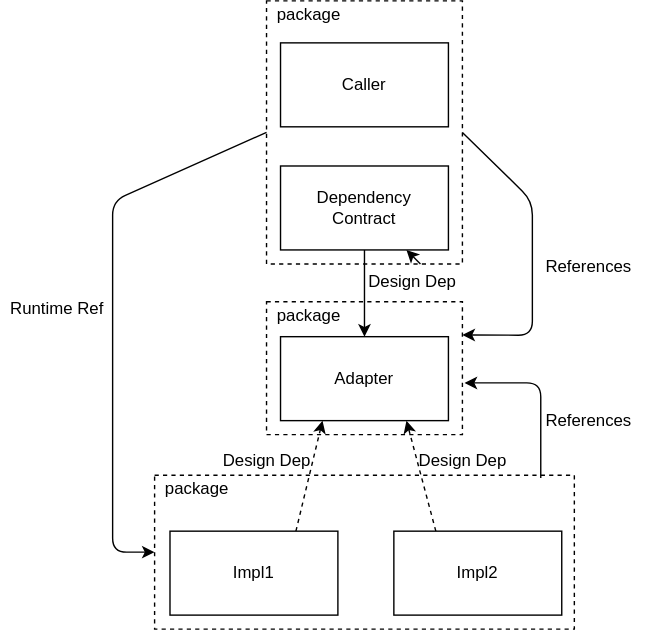
Above: static/post-media/Why-callers-own-abstractions/with-adapter.drawio.svg in farlee2121/DevEssentialsBlog (draw.io), before the change. Source tidied: cells renumbered, new cells last; positions are measured from the earlier drawing's top-left corner, leaving out a move shared by most shapes. The source it was exported from:
```xml
<mxGraphModel>
  <root>
    <mxCell id="0" />
    <mxCell id="1" parent="0" />
    <mxCell id="2" style="whiteSpace=wrap;html=1;fillColor=none;dashed=1;" parent="1" vertex="1">
      <mxGeometry x="190" y="215" width="140" height="95" as="geometry" />
    </mxCell>
    <mxCell id="3" value="package&amp;nbsp;" style="text;html=1;align=center;verticalAlign=middle;strokeColor=none;fillColor=none;" parent="1" vertex="1">
      <mxGeometry x="190" y="215" width="60" height="20" as="geometry" />
    </mxCell>
    <mxCell id="4" style="edgeStyle=none;html=1;exitX=1;exitY=0.5;exitDx=0;exitDy=0;entryX=1;entryY=0.25;entryDx=0;entryDy=0;" parent="1" edge="1" source="6" target="2">
      <mxGeometry relative="1" as="geometry">
        <Array as="points">
          <mxPoint x="380" y="143" />
          <mxPoint x="380" y="239" />
        </Array>
      </mxGeometry>
    </mxCell>
    <mxCell id="5" style="edgeStyle=none;html=1;exitX=0;exitY=0.5;exitDx=0;exitDy=0;entryX=0;entryY=0.5;entryDx=0;entryDy=0;" parent="1" edge="1" source="6" target="17">
      <mxGeometry relative="1" as="geometry">
        <Array as="points">
          <mxPoint x="80" y="143" />
          <mxPoint x="80" y="394" />
        </Array>
      </mxGeometry>
    </mxCell>
    <mxCell id="6" style="whiteSpace=wrap;html=1;fillColor=none;dashed=1;" parent="1" vertex="1">
      <mxGeometry x="190" width="140" height="188" as="geometry" />
    </mxCell>
    <mxCell id="7" value="Adapter" style="whiteSpace=wrap;html=1;" parent="1" vertex="1">
      <mxGeometry x="200" y="240" width="120" height="60" as="geometry" />
    </mxCell>
    <mxCell id="8" style="edgeStyle=none;html=1;exitX=0.5;exitY=1;exitDx=0;exitDy=0;" parent="1" edge="1" source="9" target="7">
      <mxGeometry relative="1" as="geometry" />
    </mxCell>
    <mxCell id="9" value="Dependency&lt;br&gt;Contract" style="whiteSpace=wrap;html=1;" parent="1" vertex="1">
      <mxGeometry x="200" y="118" width="120" height="60" as="geometry" />
    </mxCell>
    <mxCell id="10" style="edgeStyle=none;html=1;" parent="1" edge="1" target="9">
      <mxGeometry relative="1" as="geometry">
        <mxPoint x="300" y="188" as="sourcePoint" />
      </mxGeometry>
    </mxCell>
    <mxCell id="11" value="Design Dep" style="text;html=1;align=center;verticalAlign=middle;strokeColor=none;fillColor=none;" parent="1" vertex="1">
      <mxGeometry x="254" y="191" width="80" height="20" as="geometry" />
    </mxCell>
    <mxCell id="12" style="edgeStyle=none;html=1;exitX=0.75;exitY=0;exitDx=0;exitDy=0;entryX=0.25;entryY=1;entryDx=0;entryDy=0;dashed=1;" parent="1" edge="1" source="13" target="7">
      <mxGeometry relative="1" as="geometry" />
    </mxCell>
    <mxCell id="13" value="Impl1" style="whiteSpace=wrap;html=1;" parent="1" vertex="1">
      <mxGeometry x="121" y="379" width="120" height="60" as="geometry" />
    </mxCell>
    <mxCell id="14" style="edgeStyle=none;html=1;exitX=0.25;exitY=0;exitDx=0;exitDy=0;dashed=1;entryX=0.75;entryY=1;entryDx=0;entryDy=0;" parent="1" edge="1" source="15" target="7">
      <mxGeometry relative="1" as="geometry" />
    </mxCell>
    <mxCell id="15" value="Impl2" style="whiteSpace=wrap;html=1;" parent="1" vertex="1">
      <mxGeometry x="281" y="379" width="120" height="60" as="geometry" />
    </mxCell>
    <mxCell id="16" style="edgeStyle=none;html=1;exitX=0.92;exitY=0.018;exitDx=0;exitDy=0;entryX=1.011;entryY=0.611;entryDx=0;entryDy=0;exitPerimeter=0;entryPerimeter=0;" parent="1" edge="1" source="17" target="2">
      <mxGeometry relative="1" as="geometry">
        <Array as="points">
          <mxPoint x="386" y="273" />
        </Array>
      </mxGeometry>
    </mxCell>
    <mxCell id="17" style="whiteSpace=wrap;html=1;fillColor=none;dashed=1;" parent="1" vertex="1">
      <mxGeometry x="110" y="339" width="300" height="110" as="geometry" />
    </mxCell>
    <mxCell id="18" value="package&amp;nbsp;" style="text;html=1;align=center;verticalAlign=middle;strokeColor=none;fillColor=none;" parent="1" vertex="1">
      <mxGeometry x="110" y="339" width="60" height="20" as="geometry" />
    </mxCell>
    <mxCell id="19" value="Design Dep" style="text;html=1;align=center;verticalAlign=middle;strokeColor=none;fillColor=none;" parent="1" vertex="1">
      <mxGeometry x="290" y="319" width="80" height="20" as="geometry" />
    </mxCell>
    <mxCell id="20" value="Design Dep" style="text;html=1;align=center;verticalAlign=middle;strokeColor=none;fillColor=none;" parent="1" vertex="1">
      <mxGeometry x="150" y="319" width="80" height="20" as="geometry" />
    </mxCell>
    <mxCell id="21" value="References" style="text;html=1;align=center;verticalAlign=middle;strokeColor=none;fillColor=none;" parent="1" vertex="1">
      <mxGeometry x="380" y="290" width="80" height="20" as="geometry" />
    </mxCell>
    <mxCell id="22" value="References" style="text;html=1;align=center;verticalAlign=middle;strokeColor=none;fillColor=none;" parent="1" vertex="1">
      <mxGeometry x="380" y="180" width="80" height="20" as="geometry" />
    </mxCell>
    <mxCell id="23" value="Runtime Ref" style="text;html=1;align=center;verticalAlign=middle;strokeColor=none;fillColor=none;" parent="1" vertex="1">
      <mxGeometry y="210" width="80" height="20" as="geometry" />
    </mxCell>
    <mxCell id="24" value="Caller" style="whiteSpace=wrap;html=1;" parent="1" vertex="1">
      <mxGeometry x="200" y="30" width="120" height="60" as="geometry" />
    </mxCell>
    <mxCell id="25" value="package&amp;nbsp;" style="text;html=1;align=center;verticalAlign=middle;strokeColor=none;fillColor=none;" parent="1" vertex="1">
      <mxGeometry x="190" width="60" height="20" as="geometry" />
    </mxCell>
  </root>
</mxGraphModel>
```
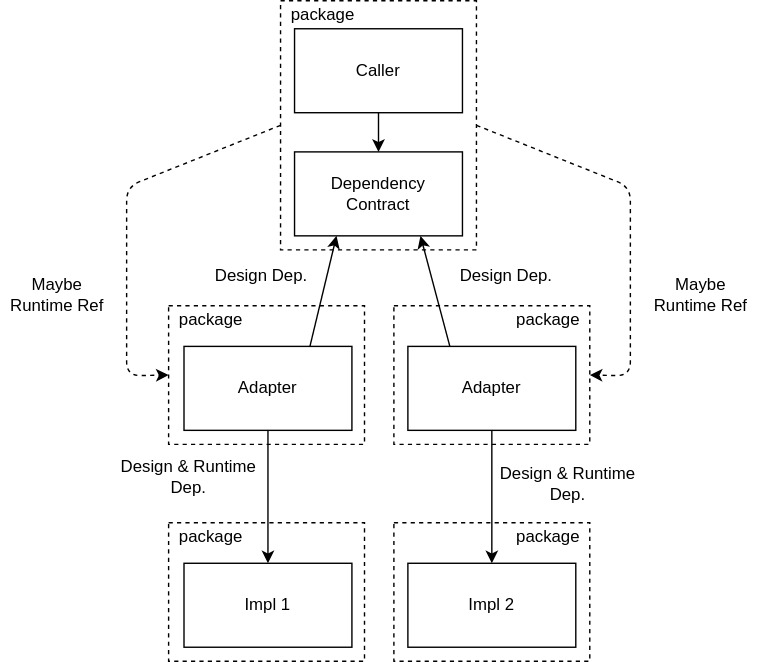
Later version of the same file.

Commit message:
Refine run vs design time dep graphs

Change to the diagram source:
```diff
@@ -2,93 +2,104 @@
   <root>
     <mxCell id="0" />
     <mxCell id="1" parent="0" />
-    <mxCell id="2" style="whiteSpace=wrap;html=1;fillColor=none;dashed=1;" parent="1" vertex="1">
-      <mxGeometry x="190" y="215" width="140" height="95" as="geometry" />
-    </mxCell>
-    <mxCell id="3" value="package&amp;nbsp;" style="text;html=1;align=center;verticalAlign=middle;strokeColor=none;fillColor=none;" parent="1" vertex="1">
-      <mxGeometry x="190" y="215" width="60" height="20" as="geometry" />
-    </mxCell>
-    <mxCell id="4" style="edgeStyle=none;html=1;exitX=1;exitY=0.5;exitDx=0;exitDy=0;entryX=1;entryY=0.25;entryDx=0;entryDy=0;" parent="1" edge="1" source="6" target="2">
-      <mxGeometry relative="1" as="geometry">
-        <Array as="points">
-          <mxPoint x="380" y="143" />
-          <mxPoint x="380" y="239" />
-        </Array>
-      </mxGeometry>
-    </mxCell>
-    <mxCell id="5" style="edgeStyle=none;html=1;exitX=0;exitY=0.5;exitDx=0;exitDy=0;entryX=0;entryY=0.5;entryDx=0;entryDy=0;" parent="1" edge="1" source="6" target="17">
-      <mxGeometry relative="1" as="geometry">
-        <Array as="points">
-          <mxPoint x="80" y="143" />
-          <mxPoint x="80" y="394" />
-        </Array>
-      </mxGeometry>
-    </mxCell>
-    <mxCell id="6" style="whiteSpace=wrap;html=1;fillColor=none;dashed=1;" parent="1" vertex="1">
-      <mxGeometry x="190" width="140" height="188" as="geometry" />
-    </mxCell>
-    <mxCell id="7" value="Adapter" style="whiteSpace=wrap;html=1;" parent="1" vertex="1">
-      <mxGeometry x="200" y="240" width="120" height="60" as="geometry" />
-    </mxCell>
-    <mxCell id="8" style="edgeStyle=none;html=1;exitX=0.5;exitY=1;exitDx=0;exitDy=0;" parent="1" edge="1" source="9" target="7">
-      <mxGeometry relative="1" as="geometry" />
-    </mxCell>
+    <mxCell id="26" style="whiteSpace=wrap;html=1;fillColor=none;dashed=1;" parent="1" vertex="1">
+      <mxGeometry x="110" y="228" width="140" height="99" as="geometry" />
+    </mxCell>
+    <mxCell id="27" style="whiteSpace=wrap;html=1;fillColor=none;dashed=1;" parent="1" vertex="1">
+      <mxGeometry x="271" y="228" width="140" height="99" as="geometry" />
+    </mxCell>
+    <mxCell id="28" style="edgeStyle=none;html=1;exitX=0;exitY=0.5;exitDx=0;exitDy=0;entryX=0;entryY=0.5;entryDx=0;entryDy=0;dashed=1;" parent="1" edge="1" source="30" target="26">
+      <mxGeometry relative="1" as="geometry">
+        <Array as="points">
+          <mxPoint x="80" y="143" />
+          <mxPoint x="80" y="278" />
+        </Array>
+      </mxGeometry>
+    </mxCell>
+    <mxCell id="29" style="edgeStyle=none;html=1;exitX=1;exitY=0.5;exitDx=0;exitDy=0;entryX=1;entryY=0.5;entryDx=0;entryDy=0;dashed=1;" parent="1" edge="1" source="30" target="27">
+      <mxGeometry relative="1" as="geometry">
+        <Array as="points">
+          <mxPoint x="440" y="143" />
+          <mxPoint x="440" y="278" />
+        </Array>
+      </mxGeometry>
+    </mxCell>
+    <mxCell id="30" style="whiteSpace=wrap;html=1;fillColor=none;dashed=1;" parent="1" vertex="1">
+      <mxGeometry x="190" y="10" width="140" height="178" as="geometry" />
+    </mxCell>
-    <mxCell id="9" value="Dependency&lt;br&gt;Contract" style="whiteSpace=wrap;html=1;" parent="1" vertex="1">
+    <mxCell id="9" value="Dependency &lt;br&gt;Contract" style="whiteSpace=wrap;html=1;" parent="1" vertex="1">
       <mxGeometry x="200" y="118" width="120" height="60" as="geometry" />
     </mxCell>
-    <mxCell id="10" style="edgeStyle=none;html=1;" parent="1" edge="1" target="9">
-      <mxGeometry relative="1" as="geometry">
-        <mxPoint x="300" y="188" as="sourcePoint" />
-      </mxGeometry>
-    </mxCell>
-    <mxCell id="11" value="Design Dep" style="text;html=1;align=center;verticalAlign=middle;strokeColor=none;fillColor=none;" parent="1" vertex="1">
-      <mxGeometry x="254" y="191" width="80" height="20" as="geometry" />
-    </mxCell>
-    <mxCell id="12" style="edgeStyle=none;html=1;exitX=0.75;exitY=0;exitDx=0;exitDy=0;entryX=0.25;entryY=1;entryDx=0;entryDy=0;dashed=1;" parent="1" edge="1" source="13" target="7">
-      <mxGeometry relative="1" as="geometry" />
-    </mxCell>
-    <mxCell id="13" value="Impl1" style="whiteSpace=wrap;html=1;" parent="1" vertex="1">
-      <mxGeometry x="121" y="379" width="120" height="60" as="geometry" />
-    </mxCell>
-    <mxCell id="14" style="edgeStyle=none;html=1;exitX=0.25;exitY=0;exitDx=0;exitDy=0;dashed=1;entryX=0.75;entryY=1;entryDx=0;entryDy=0;" parent="1" edge="1" source="15" target="7">
-      <mxGeometry relative="1" as="geometry" />
-    </mxCell>
-    <mxCell id="15" value="Impl2" style="whiteSpace=wrap;html=1;" parent="1" vertex="1">
-      <mxGeometry x="281" y="379" width="120" height="60" as="geometry" />
-    </mxCell>
-    <mxCell id="16" style="edgeStyle=none;html=1;exitX=0.92;exitY=0.018;exitDx=0;exitDy=0;entryX=1.011;entryY=0.611;entryDx=0;entryDy=0;exitPerimeter=0;entryPerimeter=0;" parent="1" edge="1" source="17" target="2">
-      <mxGeometry relative="1" as="geometry">
-        <Array as="points">
-          <mxPoint x="386" y="273" />
-        </Array>
-      </mxGeometry>
-    </mxCell>
-    <mxCell id="17" style="whiteSpace=wrap;html=1;fillColor=none;dashed=1;" parent="1" vertex="1">
-      <mxGeometry x="110" y="339" width="300" height="110" as="geometry" />
-    </mxCell>
-    <mxCell id="18" value="package&amp;nbsp;" style="text;html=1;align=center;verticalAlign=middle;strokeColor=none;fillColor=none;" parent="1" vertex="1">
-      <mxGeometry x="110" y="339" width="60" height="20" as="geometry" />
-    </mxCell>
-    <mxCell id="19" value="Design Dep" style="text;html=1;align=center;verticalAlign=middle;strokeColor=none;fillColor=none;" parent="1" vertex="1">
-      <mxGeometry x="290" y="319" width="80" height="20" as="geometry" />
-    </mxCell>
-    <mxCell id="20" value="Design Dep" style="text;html=1;align=center;verticalAlign=middle;strokeColor=none;fillColor=none;" parent="1" vertex="1">
-      <mxGeometry x="150" y="319" width="80" height="20" as="geometry" />
-    </mxCell>
-    <mxCell id="21" value="References" style="text;html=1;align=center;verticalAlign=middle;strokeColor=none;fillColor=none;" parent="1" vertex="1">
-      <mxGeometry x="380" y="290" width="80" height="20" as="geometry" />
-    </mxCell>
-    <mxCell id="22" value="References" style="text;html=1;align=center;verticalAlign=middle;strokeColor=none;fillColor=none;" parent="1" vertex="1">
-      <mxGeometry x="380" y="180" width="80" height="20" as="geometry" />
-    </mxCell>
-    <mxCell id="23" value="Runtime Ref" style="text;html=1;align=center;verticalAlign=middle;strokeColor=none;fillColor=none;" parent="1" vertex="1">
-      <mxGeometry y="210" width="80" height="20" as="geometry" />
-    </mxCell>
+    <mxCell id="31" style="edgeStyle=none;html=1;exitX=0.75;exitY=0;exitDx=0;exitDy=0;entryX=0.25;entryY=1;entryDx=0;entryDy=0;" parent="1" edge="1" source="33">
+      <mxGeometry relative="1" as="geometry">
+        <mxPoint x="230" y="178" as="targetPoint" />
+      </mxGeometry>
+    </mxCell>
+    <mxCell id="32" style="edgeStyle=none;html=1;exitX=0.5;exitY=1;exitDx=0;exitDy=0;" parent="1" edge="1" source="33" target="47">
+      <mxGeometry relative="1" as="geometry" />
+    </mxCell>
+    <mxCell id="33" value="Adapter" style="whiteSpace=wrap;html=1;" parent="1" vertex="1">
+      <mxGeometry x="121" y="257" width="120" height="60" as="geometry" />
+    </mxCell>
+    <mxCell id="34" style="edgeStyle=none;html=1;exitX=0.25;exitY=0;exitDx=0;exitDy=0;entryX=0.75;entryY=1;entryDx=0;entryDy=0;" parent="1" edge="1" source="36" target="9">
+      <mxGeometry relative="1" as="geometry" />
+    </mxCell>
+    <mxCell id="35" style="edgeStyle=none;html=1;exitX=0.5;exitY=1;exitDx=0;exitDy=0;" parent="1" edge="1" source="36" target="48">
+      <mxGeometry relative="1" as="geometry" />
+    </mxCell>
+    <mxCell id="36" value="Adapter" style="whiteSpace=wrap;html=1;" parent="1" vertex="1">
+      <mxGeometry x="281" y="257" width="120" height="60" as="geometry" />
+    </mxCell>
+    <mxCell id="37" value="package&amp;nbsp;" style="text;html=1;align=center;verticalAlign=middle;strokeColor=none;fillColor=none;" parent="1" vertex="1">
+      <mxGeometry x="190" y="10" width="60" height="20" as="geometry" />
+    </mxCell>
+    <mxCell id="38" value="package&amp;nbsp;" style="text;html=1;align=center;verticalAlign=middle;strokeColor=none;fillColor=none;" parent="1" vertex="1">
+      <mxGeometry x="110" y="228" width="60" height="20" as="geometry" />
+    </mxCell>
+    <mxCell id="39" value="Design Dep." style="text;html=1;align=center;verticalAlign=middle;strokeColor=none;fillColor=none;" parent="1" vertex="1">
+      <mxGeometry x="136" y="197" width="80" height="20" as="geometry" />
+    </mxCell>
+    <mxCell id="40" value="package&amp;nbsp;" style="text;html=1;align=center;verticalAlign=middle;strokeColor=none;fillColor=none;" parent="1" vertex="1">
+      <mxGeometry x="351" y="228" width="60" height="20" as="geometry" />
+    </mxCell>
+    <mxCell id="41" value="Design Dep." style="text;html=1;align=center;verticalAlign=middle;strokeColor=none;fillColor=none;" parent="1" vertex="1">
+      <mxGeometry x="311" y="197" width="80" height="20" as="geometry" />
+    </mxCell>
+    <mxCell id="42" value="Maybe&lt;br&gt;Runtime Ref" style="text;html=1;align=center;verticalAlign=middle;strokeColor=none;fillColor=none;" parent="1" vertex="1">
+      <mxGeometry x="450" y="205" width="80" height="30" as="geometry" />
+    </mxCell>
+    <mxCell id="43" style="edgeStyle=none;html=1;exitX=0.5;exitY=1;exitDx=0;exitDy=0;" parent="1" edge="1" source="24" target="9">
+      <mxGeometry relative="1" as="geometry" />
+    </mxCell>
     <mxCell id="24" value="Caller" style="whiteSpace=wrap;html=1;" parent="1" vertex="1">
       <mxGeometry x="200" y="30" width="120" height="60" as="geometry" />
     </mxCell>
-    <mxCell id="25" value="package&amp;nbsp;" style="text;html=1;align=center;verticalAlign=middle;strokeColor=none;fillColor=none;" parent="1" vertex="1">
-      <mxGeometry x="190" width="60" height="20" as="geometry" />
-    </mxCell>
+    <mxCell id="44" value="Maybe&lt;br&gt;Runtime Ref" style="text;html=1;align=center;verticalAlign=middle;strokeColor=none;fillColor=none;" parent="1" vertex="1">
+      <mxGeometry x="-10" y="205" width="80" height="30" as="geometry" />
+    </mxCell>
+    <mxCell id="45" style="whiteSpace=wrap;html=1;fillColor=none;dashed=1;" parent="1" vertex="1">
+      <mxGeometry x="110" y="383" width="140" height="99" as="geometry" />
+    </mxCell>
+    <mxCell id="46" style="whiteSpace=wrap;html=1;fillColor=none;dashed=1;" parent="1" vertex="1">
+      <mxGeometry x="271" y="383" width="140" height="99" as="geometry" />
+    </mxCell>
+    <mxCell id="47" value="Impl 1" style="whiteSpace=wrap;html=1;" parent="1" vertex="1">
+      <mxGeometry x="121" y="412" width="120" height="60" as="geometry" />
+    </mxCell>
+    <mxCell id="48" value="Impl 2" style="whiteSpace=wrap;html=1;" parent="1" vertex="1">
+      <mxGeometry x="281" y="412" width="120" height="60" as="geometry" />
+    </mxCell>
+    <mxCell id="49" value="package&amp;nbsp;" style="text;html=1;align=center;verticalAlign=middle;strokeColor=none;fillColor=none;" parent="1" vertex="1">
+      <mxGeometry x="110" y="383" width="60" height="20" as="geometry" />
+    </mxCell>
+    <mxCell id="50" value="package&amp;nbsp;" style="text;html=1;align=center;verticalAlign=middle;strokeColor=none;fillColor=none;" parent="1" vertex="1">
+      <mxGeometry x="351" y="383" width="60" height="20" as="geometry" />
+    </mxCell>
+    <mxCell id="51" value="Design &amp;amp; Runtime&lt;br&gt;&amp;nbsp;Dep." style="text;html=1;align=center;verticalAlign=middle;strokeColor=none;fillColor=none;" parent="1" vertex="1">
+      <mxGeometry x="69" y="335" width="110" height="30" as="geometry" />
+    </mxCell>
+    <mxCell id="52" value="Design &amp;amp; Runtime&lt;br&gt;&amp;nbsp;Dep." style="text;html=1;align=center;verticalAlign=middle;strokeColor=none;fillColor=none;" parent="1" vertex="1">
+      <mxGeometry x="340" y="340" width="110" height="30" as="geometry" />
+    </mxCell>
   </root>
 </mxGraphModel>
```
